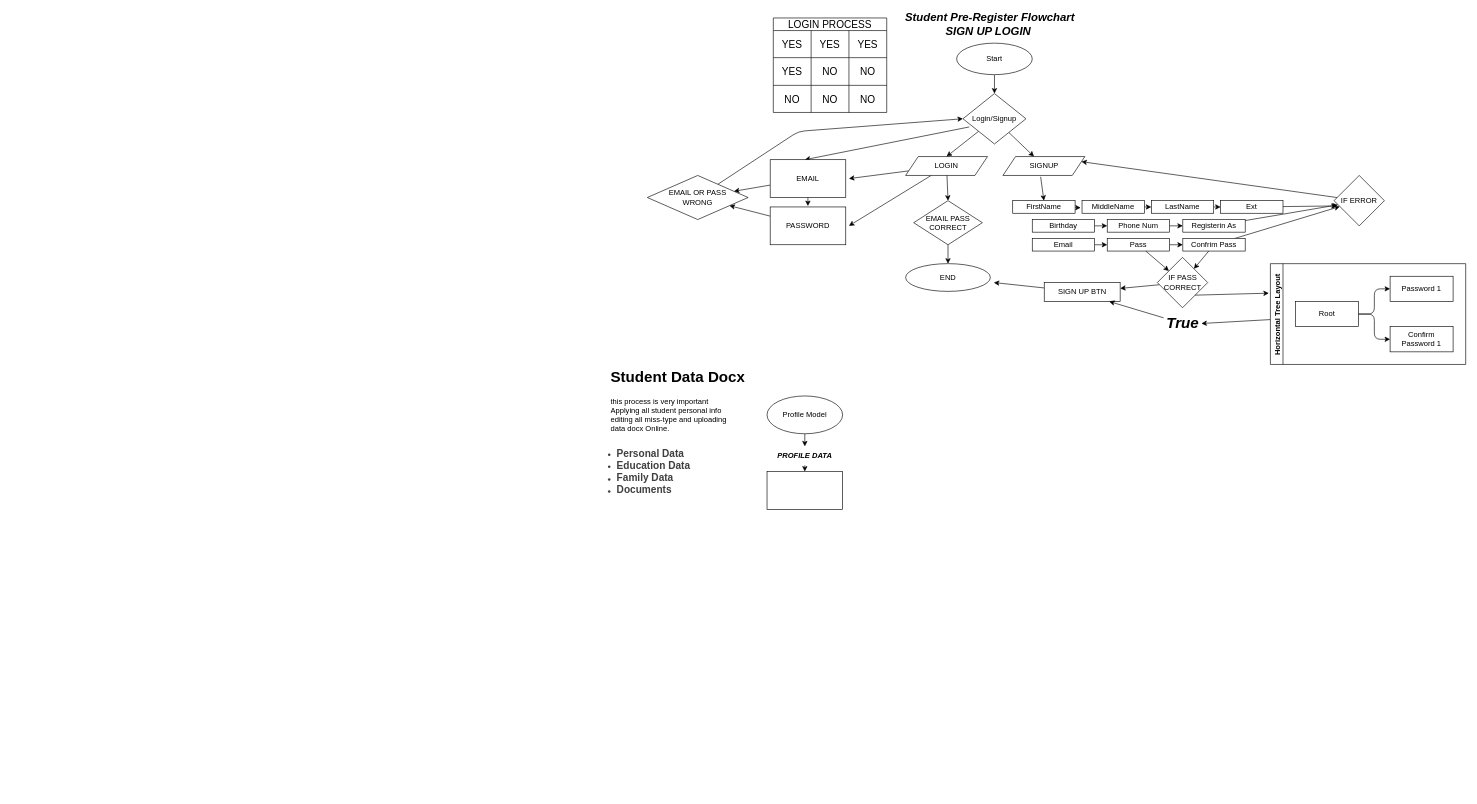
This is src/Flowchart/Preregister.drawio from jayveenacino/studentportal, a draw.io file, before an edit. Source tidied: cells renumbered, new cells numbered last; positions are measured from the earlier drawing's top-left corner, leaving out a move shared by most shapes. Both pictures are drawn from the tidied source at 63%, with x=0, y=0 at pixel (578, 18).
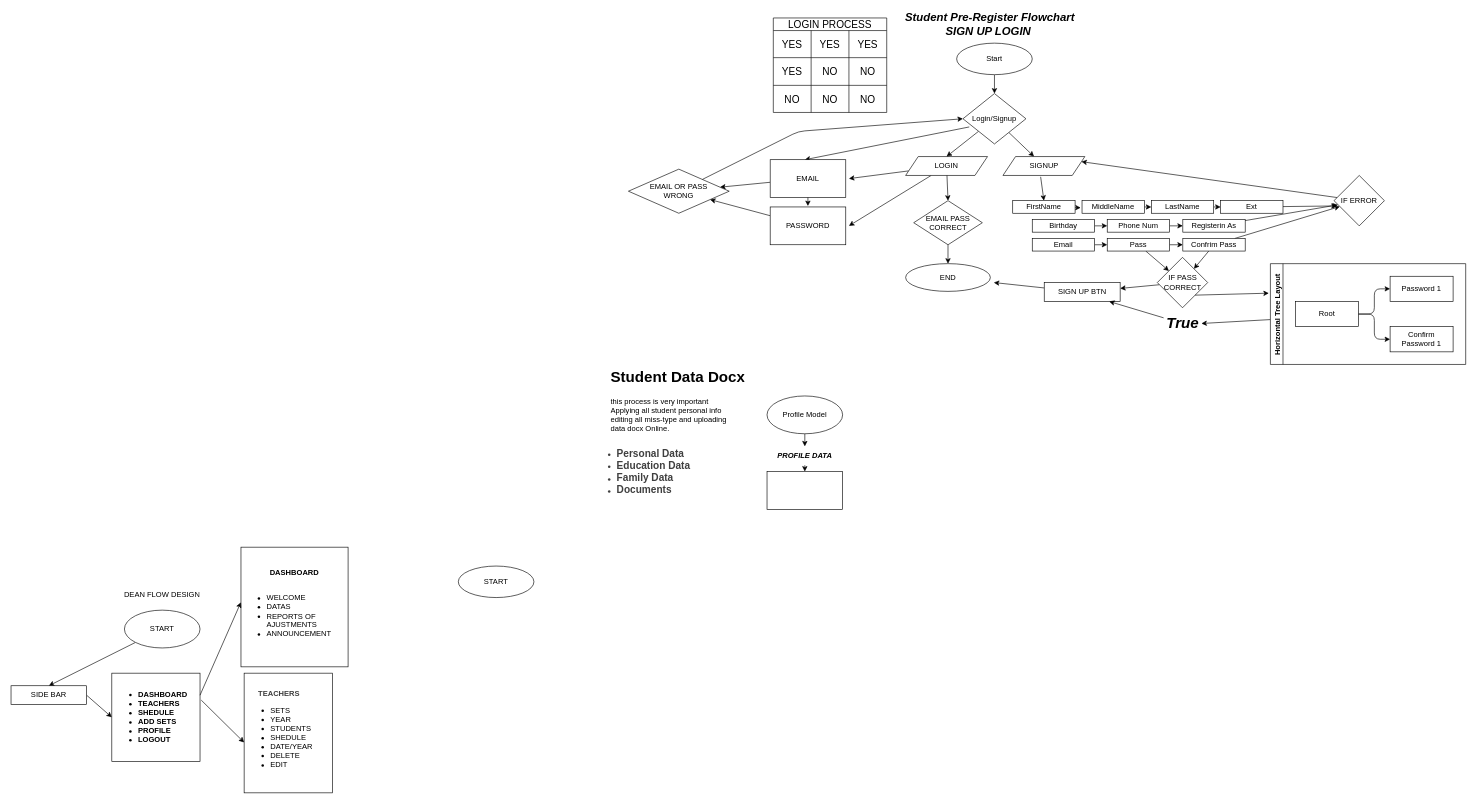
After the change.

The edit, as a diff of the source:
```diff
@@
     <mxCell id="27" value="EMAIL OR PASS&lt;div&gt;WRONG&lt;/div&gt;" style="rhombus;whiteSpace=wrap;html=1;" parent="1" vertex="1">
-      <mxGeometry x="110" y="250" width="160" height="70" as="geometry" />
+      <mxGeometry x="80" y="240" width="160" height="70" as="geometry" />
     </mxCell>
@@
+    <mxCell id="83" style="edgeStyle=none;html=1;exitX=0;exitY=1;exitDx=0;exitDy=0;entryX=0.5;entryY=0;entryDx=0;entryDy=0;" parent="1" edge="1" source="84" target="86">
+      <mxGeometry relative="1" as="geometry" />
+    </mxCell>
+    <mxCell id="84" value="START" style="ellipse;whiteSpace=wrap;html=1;" parent="1" vertex="1">
+      <mxGeometry x="-720" y="940" width="120" height="60" as="geometry" />
+    </mxCell>
+    <mxCell id="85" style="edgeStyle=none;html=1;exitX=1;exitY=0.5;exitDx=0;exitDy=0;entryX=0;entryY=0.5;entryDx=0;entryDy=0;" parent="1" edge="1" source="86" target="88">
+      <mxGeometry relative="1" as="geometry" />
+    </mxCell>
+    <mxCell id="86" value="SIDE BAR" style="rounded=0;whiteSpace=wrap;html=1;" parent="1" vertex="1">
+      <mxGeometry x="-900" y="1060" width="120" height="30" as="geometry" />
+    </mxCell>
+    <mxCell id="87" value="DEAN FLOW DESIGN" style="text;strokeColor=none;fillColor=none;align=center;verticalAlign=middle;spacingLeft=4;spacingRight=4;overflow=hidden;whiteSpace=wrap;html=1;" parent="1" vertex="1">
+      <mxGeometry x="-730" y="900" width="140" height="30" as="geometry" />
+    </mxCell>
+    <mxCell id="88" value="&lt;ul&gt;&lt;li&gt;&lt;b&gt;DASHBOARD&lt;/b&gt;&lt;/li&gt;&lt;li&gt;&lt;b&gt;TEACHERS&lt;/b&gt;&lt;/li&gt;&lt;li&gt;&lt;b&gt;SHEDULE&lt;/b&gt;&lt;/li&gt;&lt;li&gt;&lt;b&gt;ADD SETS&lt;/b&gt;&lt;/li&gt;&lt;li&gt;&lt;b&gt;PROFILE&lt;/b&gt;&lt;/li&gt;&lt;li&gt;&lt;b&gt;LOGOUT&lt;/b&gt;&lt;/li&gt;&lt;/ul&gt;" style="rounded=0;whiteSpace=wrap;html=1;align=left;" parent="1" vertex="1">
+      <mxGeometry x="-740" y="1040" width="140" height="140" as="geometry" />
+    </mxCell>
+    <mxCell id="89" value="&lt;div style=&quot;text-align: center;&quot;&gt;&lt;span style=&quot;background-color: transparent; color: rgb(63, 63, 63);&quot;&gt;&lt;b&gt;TEACHERS&lt;/b&gt;&lt;/span&gt;&lt;/div&gt;&lt;ul&gt;&lt;li&gt;SETS&lt;/li&gt;&lt;li&gt;YEAR&lt;/li&gt;&lt;li&gt;STUDENTS&lt;/li&gt;&lt;li&gt;SHEDULE&lt;/li&gt;&lt;li&gt;DATE/YEAR&lt;/li&gt;&lt;li&gt;DELETE&lt;/li&gt;&lt;li&gt;EDIT&lt;/li&gt;&lt;/ul&gt;" style="rounded=0;whiteSpace=wrap;html=1;align=left;" parent="1" vertex="1">
+      <mxGeometry x="-530" y="1040" width="140" height="190" as="geometry" />
+    </mxCell>
+    <mxCell id="90" style="edgeStyle=none;html=1;exitX=1.014;exitY=0.306;exitDx=0;exitDy=0;entryX=0;entryY=0.579;entryDx=0;entryDy=0;entryPerimeter=0;exitPerimeter=0;" parent="1" edge="1" source="88" target="89">
+      <mxGeometry relative="1" as="geometry" />
+    </mxCell>
+    <mxCell id="91" value="&lt;b&gt;DASHBOARD&lt;/b&gt;&lt;div&gt;&lt;b&gt;&lt;br&gt;&lt;/b&gt;&lt;/div&gt;&lt;div&gt;&lt;ul&gt;&lt;li style=&quot;text-align: left;&quot;&gt;WELCOME&lt;/li&gt;&lt;li style=&quot;text-align: left;&quot;&gt;DATAS&lt;/li&gt;&lt;li style=&quot;text-align: left;&quot;&gt;REPORTS OF AJUSTMENTS&lt;/li&gt;&lt;li style=&quot;text-align: left;&quot;&gt;ANNOUNCEMENT&lt;/li&gt;&lt;/ul&gt;&lt;/div&gt;" style="rounded=0;whiteSpace=wrap;html=1;align=center;" parent="1" vertex="1">
+      <mxGeometry x="-535" y="840" width="170" height="190" as="geometry" />
+    </mxCell>
+    <mxCell id="92" style="edgeStyle=none;html=1;exitX=1;exitY=0.25;exitDx=0;exitDy=0;entryX=-0.001;entryY=0.461;entryDx=0;entryDy=0;entryPerimeter=0;" parent="1" edge="1" source="88" target="91">
+      <mxGeometry relative="1" as="geometry" />
+    </mxCell>
+    <mxCell id="93" value="START" style="ellipse;whiteSpace=wrap;html=1;" parent="1" vertex="1">
+      <mxGeometry x="-190" y="870" width="120" height="50" as="geometry" />
+    </mxCell>
```
